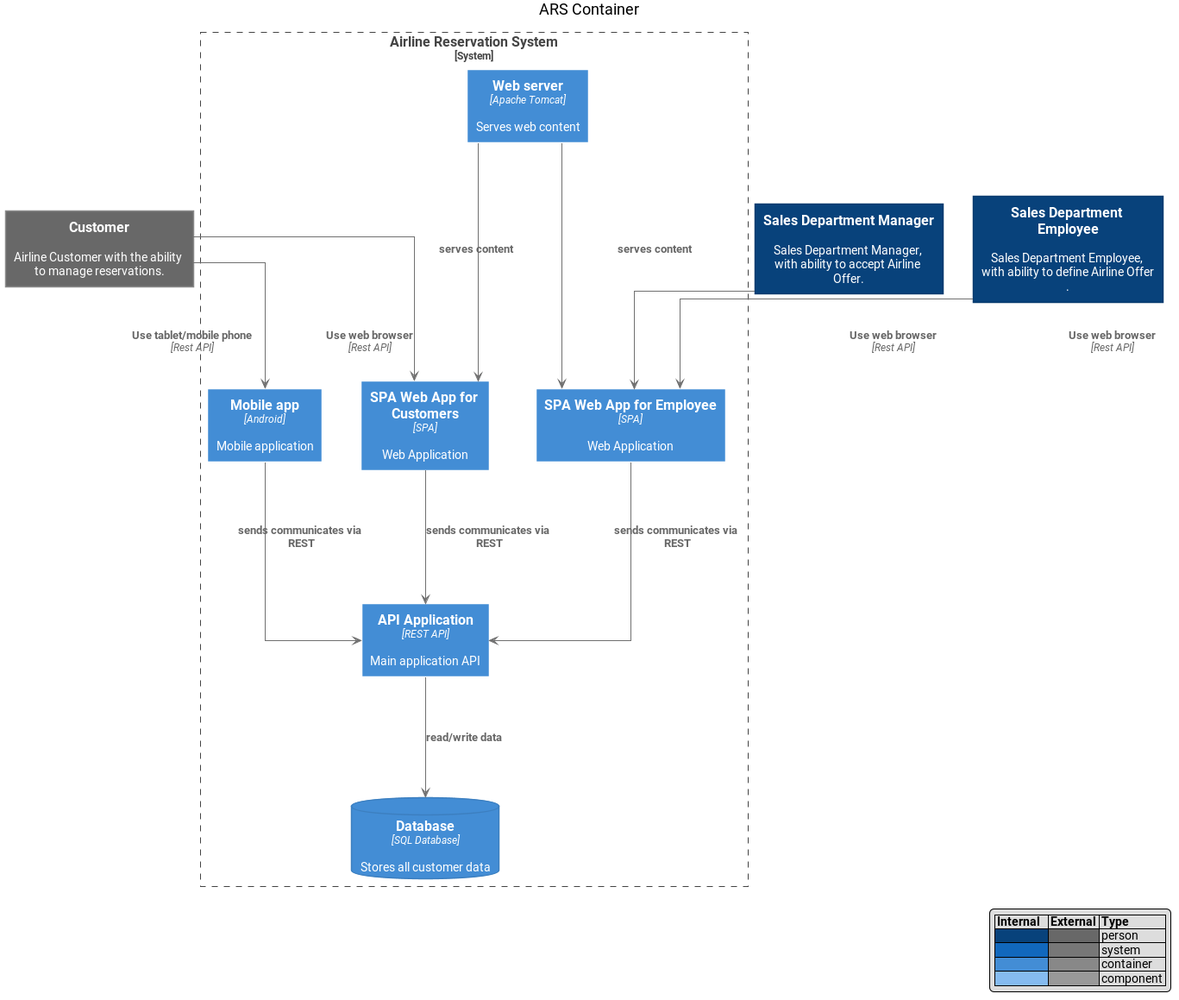
Above: img/architecture/ARS_Containers.png in mwwojcik/airline-reservation-system (PlantUML), before the change.
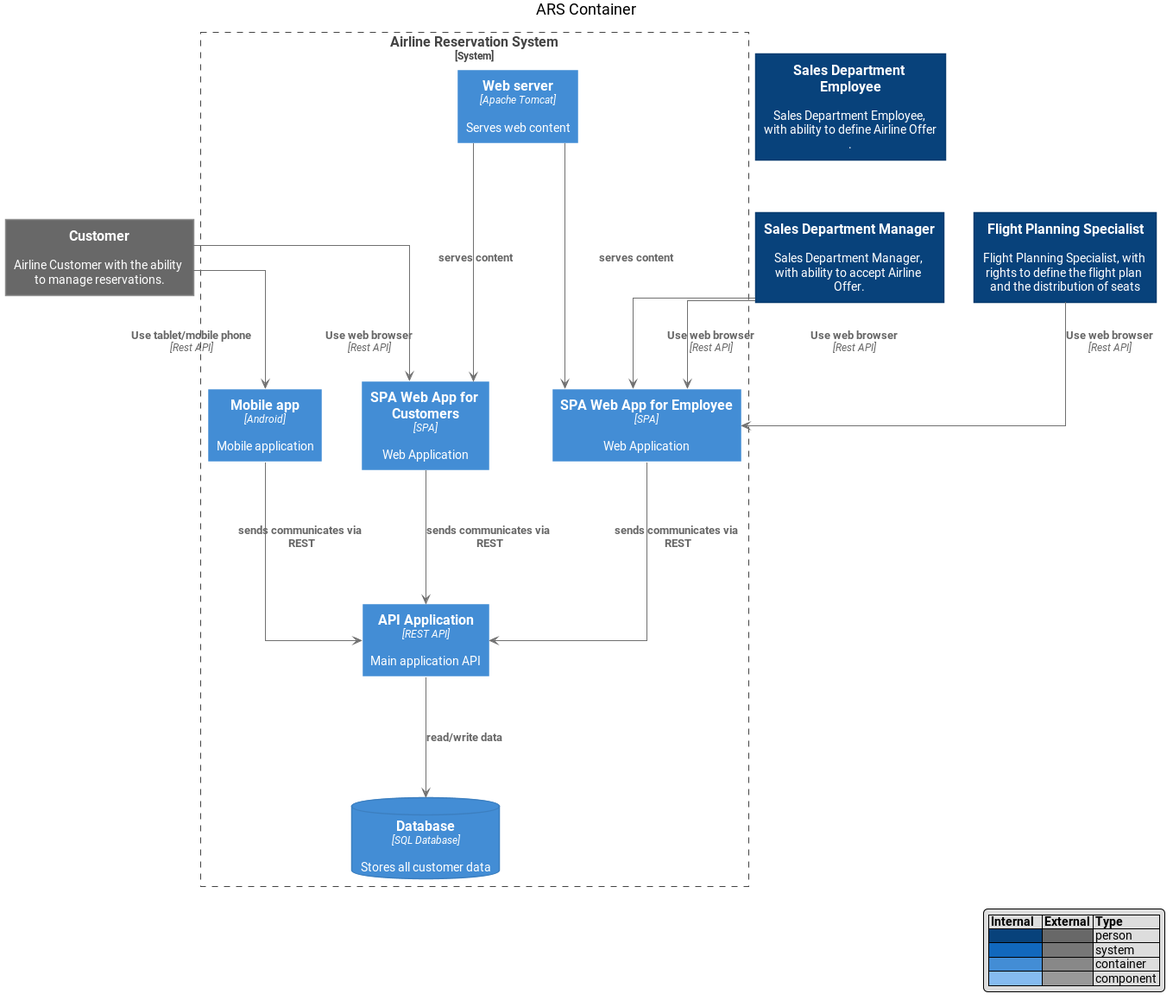
After the commit.

Change to the diagram source:
```diff
@@ -464,6 +464,7 @@
 rectangle "==Customer\n\n Airline Customer with the ability to manage reservations." <<external_person>> as customer
 rectangle "==Sales Department Manager\n\n Sales Department Manager, with ability to accept Airline Offer." <<person>> as sales_department_manager
 rectangle "==Sales Department Employee\n\n Sales Department Employee, with ability to define Airline Offer." <<person>> as sales_department_emp
+rectangle "==Flight Planning Specialist\n\n Flight Planning Specialist, with rights to define the flight plan and the distribution of seats" <<person>> as fligth_planning_specialist
 
 
 rectangle "==Airline Reservation System\n<size:12>[System]</size>" <<boundary>> as c1 {
@@ -478,7 +479,8 @@
 customer --> mobile_application : "===Use tablet/mobile phone\n//<size:12>[Rest API]</size>//"
 
 sales_department_manager --> emp_portal : "===Use web browser\n//<size:12>[Rest API]</size>//"
-sales_department_emp --> emp_portal : "===Use web browser\n//<size:12>[Rest API]</size>//"
+sales_department_manager --> emp_portal : "===Use web browser\n//<size:12>[Rest API]</size>//"
+fligth_planning_specialist --> emp_portal : "===Use web browser\n//<size:12>[Rest API]</size>//"
 
 web_server --> customer_web_portal : "===serves content"
 web_server --> emp_portal : "===serves content"
```
